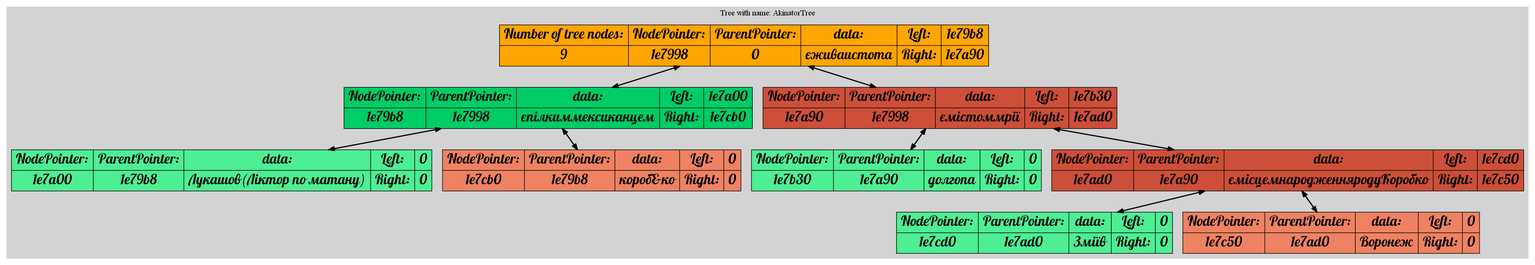
Before: Print_Of_Akinator_Tree/Print_Of_Akinator_Tree.png, a diagram exported from Graphviz (andreevmaxi/Akinator). Its source is kept beside it as Print_Of_Akinator_Tree/Print_Of_Akinator_Tree.dot. Its diagram source:
```dot
digraph G{
node [fontname="Lobster", fontsize=25];
rankdir=HR;
subgraph clusterlist {
style=filled;
color=lightgrey;
1997208 [shape=record, label="{Number of tree nodes: | 9} | {NodePointer:  | 1e7998} | {ParentPointer: | 0} | {data: | є жива истота} | {Left: | Right:} | {1e79b8 | 1e7a90}",style="filled",fillcolor="orange"];
1997208->1997240[dir="both";style="bold"];
1997208->1997456[dir="both";style="bold"];
1997456 [shape=record, label="{NodePointer:  | 1e7a90} | {ParentPointer: | 1e7998} | {data: | є містом мрії} | {Left: | Right:} | {1e7b30 | 1e7ad0}",style="filled",fillcolor="tomato3"];
1997456->1997616[dir="both";style="bold"];
1997456->1997520[dir="both";style="bold"];
1997520 [shape=record, label="{NodePointer:  | 1e7ad0} | {ParentPointer: | 1e7a90} | {data: | є місцем народження роду Коробко} | {Left: | Right:} | {1e7cd0 | 1e7c50}",style="filled",fillcolor="tomato3"];
1997520->1998032[dir="both";style="bold"];
1997520->1997904[dir="both";style="bold"];
1997904 [shape=record, label="{NodePointer:  | 1e7c50} | {ParentPointer: | 1e7ad0} | {data: | Воронеж} | {Left: | Right:} | {0 | 0}",style="filled",fillcolor="salmon2"];
1998032 [shape=record, label="{NodePointer:  | 1e7cd0} | {ParentPointer: | 1e7ad0} | {data: | Зміїв} | {Left: | Right:} | {0 | 0}",style="filled",fillcolor="seagreen2"];
1997616 [shape=record, label="{NodePointer:  | 1e7b30} | {ParentPointer: | 1e7a90} | {data: | долгопа} | {Left: | Right:} | {0 | 0}",style="filled",fillcolor="seagreen2"];
1997240 [shape=record, label="{NodePointer:  | 1e79b8} | {ParentPointer: | 1e7998} | {data: | є пілким мексиканцем} | {Left: | Right:} | {1e7a00 | 1e7cb0}",style="filled",fillcolor="springgreen3"];
1997240->1997312[dir="both";style="bold"];
1997240->1998000[dir="both";style="bold"];
1998000 [shape=record, label="{NodePointer:  | 1e7cb0} | {ParentPointer: | 1e79b8} | {data: | короб&ко} | {Left: | Right:} | {0 | 0}",style="filled",fillcolor="salmon2"];
1997312 [shape=record, label="{NodePointer:  | 1e7a00} | {ParentPointer: | 1e79b8} | {data: | Лукашов(Ліктор по матану)} | {Left: | Right:} | {0 | 0}",style="filled",fillcolor="seagreen2"];
label = "Tree with name: AkinatorTree"}
}
```
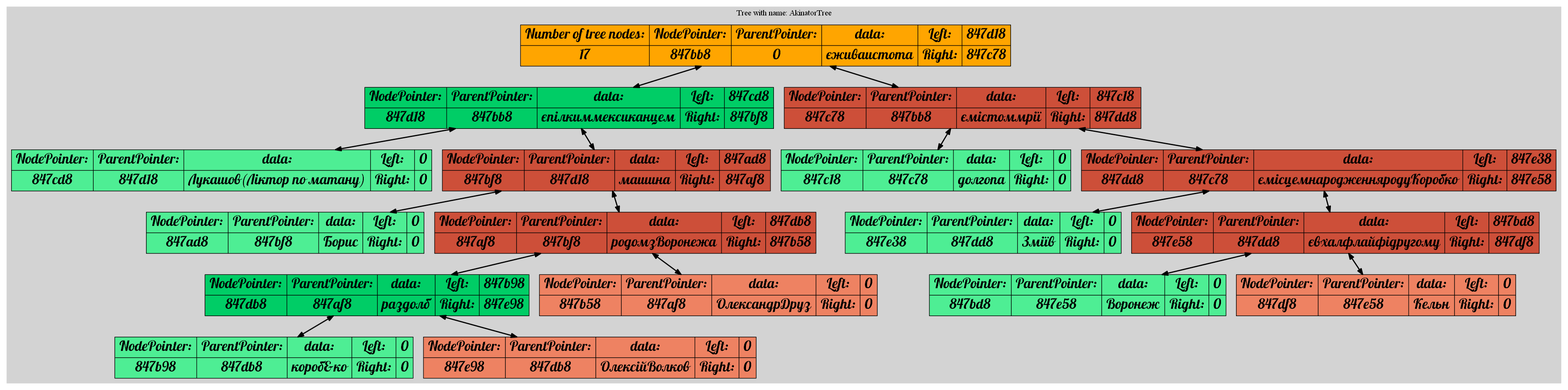
After the change.

Diff of the diagram source:
```diff
@@ -4,22 +4,38 @@
 subgraph clusterlist {
 style=filled;
 color=lightgrey;
-1997208 [shape=record, label="{Number of tree nodes: | 9} | {NodePointer:  | 1e7998} | {ParentPointer: | 0} | {data: | є жива истота} | {Left: | Right:} | {1e79b8 | 1e7a90}",style="filled",fillcolor="orange"];
-1997208->1997240[dir="both";style="bold"];
-1997208->1997456[dir="both";style="bold"];
-1997456 [shape=record, label="{NodePointer:  | 1e7a90} | {ParentPointer: | 1e7998} | {data: | є містом мрії} | {Left: | Right:} | {1e7b30 | 1e7ad0}",style="filled",fillcolor="tomato3"];
-1997456->1997616[dir="both";style="bold"];
-1997456->1997520[dir="both";style="bold"];
-1997520 [shape=record, label="{NodePointer:  | 1e7ad0} | {ParentPointer: | 1e7a90} | {data: | є місцем народження роду Коробко} | {Left: | Right:} | {1e7cd0 | 1e7c50}",style="filled",fillcolor="tomato3"];
-1997520->1998032[dir="both";style="bold"];
-1997520->1997904[dir="both";style="bold"];
-1997904 [shape=record, label="{NodePointer:  | 1e7c50} | {ParentPointer: | 1e7ad0} | {data: | Воронеж} | {Left: | Right:} | {0 | 0}",style="filled",fillcolor="salmon2"];
-1998032 [shape=record, label="{NodePointer:  | 1e7cd0} | {ParentPointer: | 1e7ad0} | {data: | Зміїв} | {Left: | Right:} | {0 | 0}",style="filled",fillcolor="seagreen2"];
-1997616 [shape=record, label="{NodePointer:  | 1e7b30} | {ParentPointer: | 1e7a90} | {data: | долгопа} | {Left: | Right:} | {0 | 0}",style="filled",fillcolor="seagreen2"];
-1997240 [shape=record, label="{NodePointer:  | 1e79b8} | {ParentPointer: | 1e7998} | {data: | є пілким мексиканцем} | {Left: | Right:} | {1e7a00 | 1e7cb0}",style="filled",fillcolor="springgreen3"];
-1997240->1997312[dir="both";style="bold"];
-1997240->1998000[dir="both";style="bold"];
-1998000 [shape=record, label="{NodePointer:  | 1e7cb0} | {ParentPointer: | 1e79b8} | {data: | короб&ко} | {Left: | Right:} | {0 | 0}",style="filled",fillcolor="salmon2"];
-1997312 [shape=record, label="{NodePointer:  | 1e7a00} | {ParentPointer: | 1e79b8} | {data: | Лукашов(Ліктор по матану)} | {Left: | Right:} | {0 | 0}",style="filled",fillcolor="seagreen2"];
+8682424 [shape=record, label="{Number of tree nodes: | 17} | {NodePointer:  | 847bb8} | {ParentPointer: | 0} | {data: | є жива истота} | {Left: | Right:} | {847d18 | 847c78}",style="filled",fillcolor="orange"];
+8682424->8682776[dir="both";style="bold"];
+8682424->8682616[dir="both";style="bold"];
+8682616 [shape=record, label="{NodePointer:  | 847c78} | {ParentPointer: | 847bb8} | {data: | є містом мрії} | {Left: | Right:} | {847c18 | 847dd8}",style="filled",fillcolor="tomato3"];
+8682616->8682520[dir="both";style="bold"];
+8682616->8682968[dir="both";style="bold"];
+8682968 [shape=record, label="{NodePointer:  | 847dd8} | {ParentPointer: | 847c78} | {data: | є місцем народження роду Коробко} | {Left: | Right:} | {847e38 | 847e58}",style="filled",fillcolor="tomato3"];
+8682968->8683064[dir="both";style="bold"];
+8682968->8683096[dir="both";style="bold"];
+8683096 [shape=record, label="{NodePointer:  | 847e58} | {ParentPointer: | 847dd8} | {data: | є в халф лайфі другому} | {Left: | Right:} | {847bd8 | 847df8}",style="filled",fillcolor="tomato3"];
+8683096->8682456[dir="both";style="bold"];
+8683096->8683000[dir="both";style="bold"];
+8683000 [shape=record, label="{NodePointer:  | 847df8} | {ParentPointer: | 847e58} | {data: | Кельн} | {Left: | Right:} | {0 | 0}",style="filled",fillcolor="salmon2"];
+8682456 [shape=record, label="{NodePointer:  | 847bd8} | {ParentPointer: | 847e58} | {data: | Воронеж} | {Left: | Right:} | {0 | 0}",style="filled",fillcolor="seagreen2"];
+8683064 [shape=record, label="{NodePointer:  | 847e38} | {ParentPointer: | 847dd8} | {data: | Зміїв} | {Left: | Right:} | {0 | 0}",style="filled",fillcolor="seagreen2"];
+8682520 [shape=record, label="{NodePointer:  | 847c18} | {ParentPointer: | 847c78} | {data: | долгопа} | {Left: | Right:} | {0 | 0}",style="filled",fillcolor="seagreen2"];
+8682776 [shape=record, label="{NodePointer:  | 847d18} | {ParentPointer: | 847bb8} | {data: | є пілким мексиканцем} | {Left: | Right:} | {847cd8 | 847bf8}",style="filled",fillcolor="springgreen3"];
+8682776->8682712[dir="both";style="bold"];
+8682776->8682488[dir="both";style="bold"];
+8682488 [shape=record, label="{NodePointer:  | 847bf8} | {ParentPointer: | 847d18} | {data: | машина} | {Left: | Right:} | {847ad8 | 847af8}",style="filled",fillcolor="tomato3"];
+8682488->8682200[dir="both";style="bold"];
+8682488->8682232[dir="both";style="bold"];
+8682232 [shape=record, label="{NodePointer:  | 847af8} | {ParentPointer: | 847bf8} | {data: | родом з Воронежа} | {Left: | Right:} | {847db8 | 847b58}",style="filled",fillcolor="tomato3"];
+8682232->8682936[dir="both";style="bold"];
+8682232->8682328[dir="both";style="bold"];
+8682328 [shape=record, label="{NodePointer:  | 847b58} | {ParentPointer: | 847af8} | {data: | Олександр Друз} | {Left: | Right:} | {0 | 0}",style="filled",fillcolor="salmon2"];
+8682936 [shape=record, label="{NodePointer:  | 847db8} | {ParentPointer: | 847af8} | {data: | раздолб} | {Left: | Right:} | {847b98 | 847e98}",style="filled",fillcolor="springgreen3"];
+8682936->8682392[dir="both";style="bold"];
+8682936->8683160[dir="both";style="bold"];
+8683160 [shape=record, label="{NodePointer:  | 847e98} | {ParentPointer: | 847db8} | {data: | Олексій Волков} | {Left: | Right:} | {0 | 0}",style="filled",fillcolor="salmon2"];
+8682392 [shape=record, label="{NodePointer:  | 847b98} | {ParentPointer: | 847db8} | {data: | короб&ко} | {Left: | Right:} | {0 | 0}",style="filled",fillcolor="seagreen2"];
+8682200 [shape=record, label="{NodePointer:  | 847ad8} | {ParentPointer: | 847bf8} | {data: | Борис} | {Left: | Right:} | {0 | 0}",style="filled",fillcolor="seagreen2"];
+8682712 [shape=record, label="{NodePointer:  | 847cd8} | {ParentPointer: | 847d18} | {data: | Лукашов(Ліктор по матану)} | {Left: | Right:} | {0 | 0}",style="filled",fillcolor="seagreen2"];
 label = "Tree with name: AkinatorTree"}
 }
```
